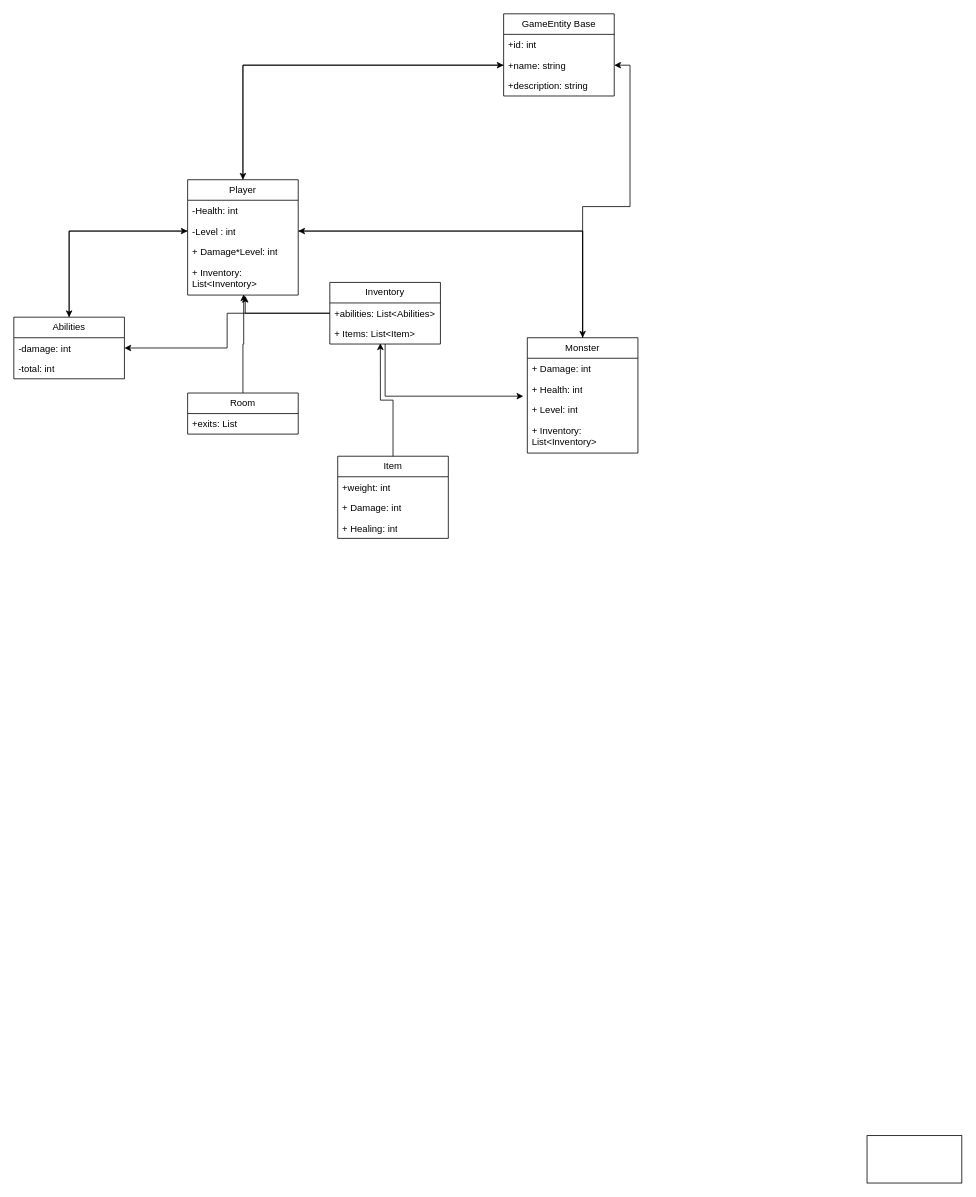
Before: Test.drawio in Buriiboo/Cliffs-of-Cockermouth, a draw.io diagram. Source tidied: cells renumbered, new cells numbered last; positions are measured from the earlier drawing's top-left corner, leaving out a move shared by most shapes. Both pictures are drawn from the tidied source at 79%, with x=0, y=0 at pixel (13, 13).
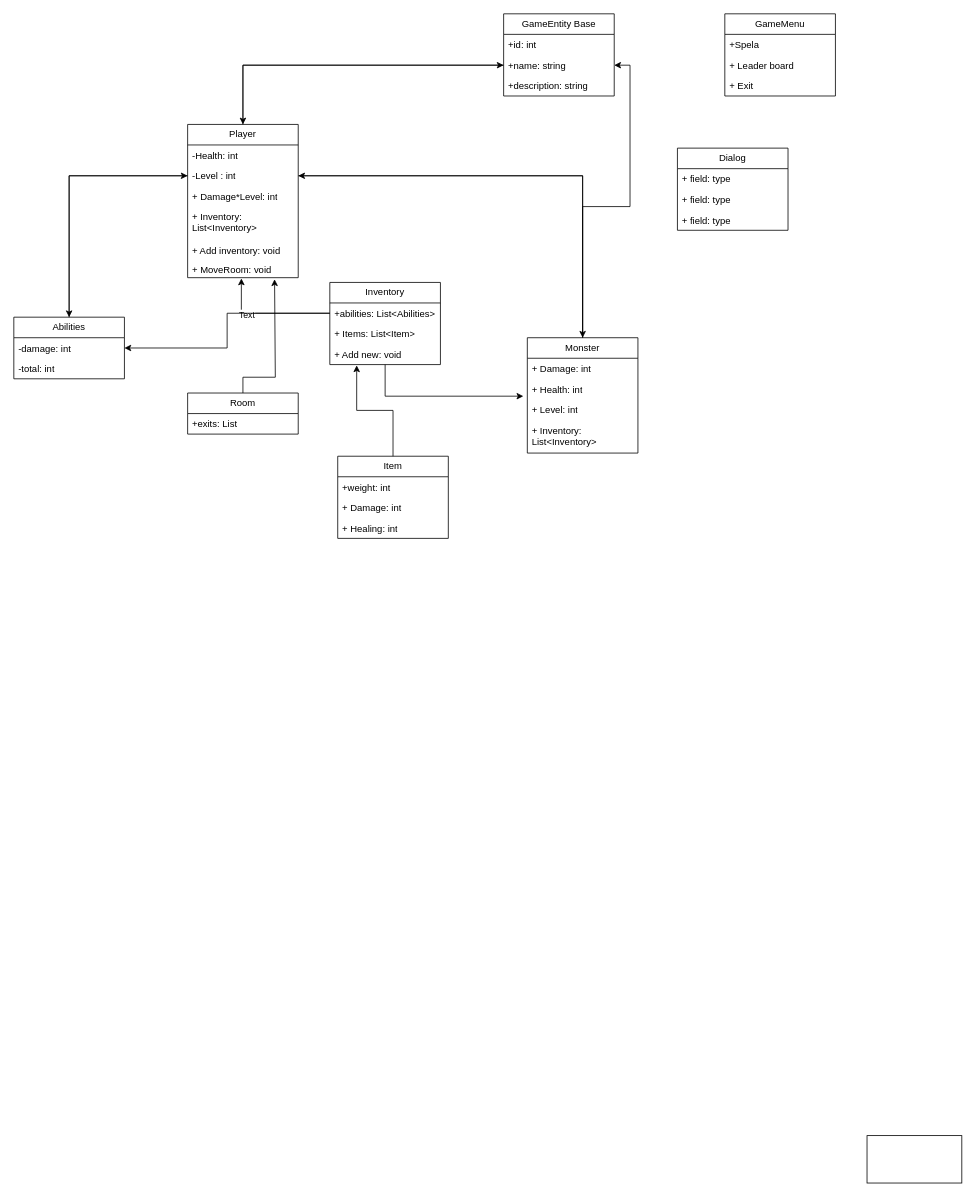
Above is the later version.

Unchanged cells that the change refers to:
```xml
<mxCell id="11" value="+ Inventory: List&amp;lt;Inventory&amp;gt;" style="text;strokeColor=none;fillColor=none;align=left;verticalAlign=top;spacingLeft=4;spacingRight=4;overflow=hidden;points=[[0,0.5],[1,0.5]];portConstraint=eastwest;whiteSpace=wrap;html=1;" parent="7" vertex="1">
  <mxGeometry y="104" width="140" height="42" as="geometry" />
</mxCell>
<mxCell id="13" value="+abilities: List&amp;lt;Abilities&amp;gt;" style="text;strokeColor=none;fillColor=none;align=left;verticalAlign=top;spacingLeft=4;spacingRight=4;overflow=hidden;points=[[0,0.5],[1,0.5]];portConstraint=eastwest;whiteSpace=wrap;html=1;" parent="12" vertex="1">
  <mxGeometry y="26" width="140" height="26" as="geometry" />
</mxCell>
<mxCell id="14" value="+ Items: List&amp;lt;Item&amp;gt;" style="text;strokeColor=none;fillColor=none;align=left;verticalAlign=top;spacingLeft=4;spacingRight=4;overflow=hidden;points=[[0,0.5],[1,0.5]];portConstraint=eastwest;whiteSpace=wrap;html=1;" parent="12" vertex="1">
  <mxGeometry y="52" width="140" height="26" as="geometry" />
</mxCell>
<mxCell id="19" value="Room" style="swimlane;fontStyle=0;horizontal=1;startSize=26;fillColor=none;whiteSpace=wrap;html=1;" parent="1" vertex="1">
  <mxGeometry x="220" y="480" width="140" height="52" as="geometry" />
</mxCell>
<mxCell id="21" value="Item" style="swimlane;fontStyle=0;horizontal=1;startSize=26;fillColor=none;whiteSpace=wrap;html=1;" parent="1" vertex="1">
  <mxGeometry x="410" y="560" width="140" height="104" as="geometry" />
</mxCell>
```

What changed in the source:
```diff
@@
     <mxCell id="7" value="Player" style="swimlane;fontStyle=0;horizontal=1;startSize=26;fillColor=none;whiteSpace=wrap;html=1;" parent="1" vertex="1">
-      <mxGeometry x="220" y="210" width="140" height="146" as="geometry" />
+      <mxGeometry x="220" y="140" width="140" height="194" as="geometry" />
     </mxCell>
@@
+    <mxCell id="41" value="+ Add inventory: void" style="text;strokeColor=none;fillColor=none;align=left;verticalAlign=top;spacingLeft=4;spacingRight=4;overflow=hidden;whiteSpace=wrap;html=1;" parent="7" vertex="1">
+      <mxGeometry y="146" width="140" height="24" as="geometry" />
+    </mxCell>
+    <mxCell id="42" value="+ MoveRoom: void" style="text;strokeColor=none;fillColor=none;align=left;verticalAlign=top;spacingLeft=4;spacingRight=4;overflow=hidden;points=[[0,0.5],[1,0.5]];portConstraint=eastwest;whiteSpace=wrap;html=1;" parent="7" vertex="1">
+      <mxGeometry y="170" width="140" height="24" as="geometry" />
+    </mxCell>
     <mxCell id="12" value="Inventory" style="swimlane;fontStyle=0;horizontal=1;startSize=26;fillColor=none;whiteSpace=wrap;html=1;" parent="1" vertex="1">
-      <mxGeometry x="400" y="340" width="140" height="78" as="geometry" />
+      <mxGeometry x="400" y="340" width="140" height="104" as="geometry" />
     </mxCell>
@@
+    <mxCell id="43" value="+ Add new: void" style="text;strokeColor=none;fillColor=none;align=left;verticalAlign=top;spacingLeft=4;spacingRight=4;overflow=hidden;points=[[0,0.5],[1,0.5]];portConstraint=eastwest;whiteSpace=wrap;html=1;" parent="12" vertex="1">
+      <mxGeometry y="78" width="140" height="26" as="geometry" />
+    </mxCell>
@@
-    <mxCell id="34" style="edgeStyle=orthogonalEdgeStyle;rounded=0;jettySize=auto;html=1;entryX=0.521;entryY=1.024;entryDx=0;entryDy=0;entryPerimeter=0;" parent="1" edge="1" source="13" target="11">
+    <mxCell id="34" style="edgeStyle=orthogonalEdgeStyle;rounded=0;jettySize=auto;html=1;entryX=0.486;entryY=1.042;entryDx=0;entryDy=0;entryPerimeter=0;" parent="1" edge="1" source="13" target="42">
       <mxGeometry relative="1" as="geometry" />
     </mxCell>
+    <mxCell id="44" value="Text" style="edgeLabel;html=1;align=center;verticalAlign=middle;" parent="34" vertex="1">
+      <mxGeometry x="0.36" y="1" relative="1" as="geometry" />
+    </mxCell>
-    <mxCell id="35" style="edgeStyle=orthogonalEdgeStyle;rounded=0;jettySize=auto;html=1;entryX=0.457;entryY=0.962;entryDx=0;entryDy=0;entryPerimeter=0;" parent="1" edge="1" source="21" target="14">
+    <mxCell id="35" style="edgeStyle=orthogonalEdgeStyle;rounded=0;jettySize=auto;html=1;entryX=0.243;entryY=1.038;entryDx=0;entryDy=0;entryPerimeter=0;" parent="1" edge="1" source="21" target="43">
       <mxGeometry relative="1" as="geometry" />
     </mxCell>
@@
-    <mxCell id="40" style="edgeStyle=orthogonalEdgeStyle;rounded=0;jettySize=auto;html=1;entryX=0.507;entryY=0.976;entryDx=0;entryDy=0;entryPerimeter=0;" parent="1" edge="1" source="19" target="11">
-      <mxGeometry relative="1" as="geometry" />
+    <mxCell id="40" style="edgeStyle=orthogonalEdgeStyle;rounded=0;jettySize=auto;html=1;entryX=0.786;entryY=1.083;entryDx=0;entryDy=0;entryPerimeter=0;" parent="1" edge="1" source="19" target="42">
+      <mxGeometry relative="1" as="geometry">
+        <Array as="points">
+          <mxPoint x="290" y="460" />
+          <mxPoint x="331" y="460" />
+        </Array>
+      </mxGeometry>
     </mxCell>
+    <mxCell id="45" value="GameMenu" style="swimlane;fontStyle=0;horizontal=1;startSize=26;fillColor=none;whiteSpace=wrap;html=1;" parent="1" vertex="1">
+      <mxGeometry x="900" width="140" height="104" as="geometry" />
+    </mxCell>
+    <mxCell id="46" value="+Spela" style="text;strokeColor=none;fillColor=none;align=left;verticalAlign=top;spacingLeft=4;spacingRight=4;overflow=hidden;whiteSpace=wrap;html=1;" parent="45" vertex="1">
+      <mxGeometry y="26" width="140" height="26" as="geometry" />
+    </mxCell>
+    <mxCell id="47" value="+ Leader board" style="text;strokeColor=none;fillColor=none;align=left;verticalAlign=top;spacingLeft=4;spacingRight=4;overflow=hidden;whiteSpace=wrap;html=1;" parent="45" vertex="1">
+      <mxGeometry y="52" width="140" height="26" as="geometry" />
+    </mxCell>
+    <mxCell id="48" value="+ Exit&amp;nbsp;" style="text;strokeColor=none;fillColor=none;align=left;verticalAlign=top;spacingLeft=4;spacingRight=4;overflow=hidden;whiteSpace=wrap;html=1;" parent="45" vertex="1">
+      <mxGeometry y="78" width="140" height="26" as="geometry" />
+    </mxCell>
+    <mxCell id="49" value="Dialog" style="swimlane;fontStyle=0;horizontal=1;startSize=26;fillColor=none;whiteSpace=wrap;html=1;" parent="1" vertex="1">
+      <mxGeometry x="840" y="170" width="140" height="104" as="geometry" />
+    </mxCell>
+    <mxCell id="50" value="+ field: type" style="text;strokeColor=none;fillColor=none;align=left;verticalAlign=top;spacingLeft=4;spacingRight=4;overflow=hidden;whiteSpace=wrap;html=1;" parent="49" vertex="1">
+      <mxGeometry y="26" width="140" height="26" as="geometry" />
+    </mxCell>
+    <mxCell id="51" value="+ field: type" style="text;strokeColor=none;fillColor=none;align=left;verticalAlign=top;spacingLeft=4;spacingRight=4;overflow=hidden;whiteSpace=wrap;html=1;" parent="49" vertex="1">
+      <mxGeometry y="52" width="140" height="26" as="geometry" />
+    </mxCell>
+    <mxCell id="52" value="+ field: type" style="text;strokeColor=none;fillColor=none;align=left;verticalAlign=top;spacingLeft=4;spacingRight=4;overflow=hidden;whiteSpace=wrap;html=1;" parent="49" vertex="1">
+      <mxGeometry y="78" width="140" height="26" as="geometry" />
+    </mxCell>
```
